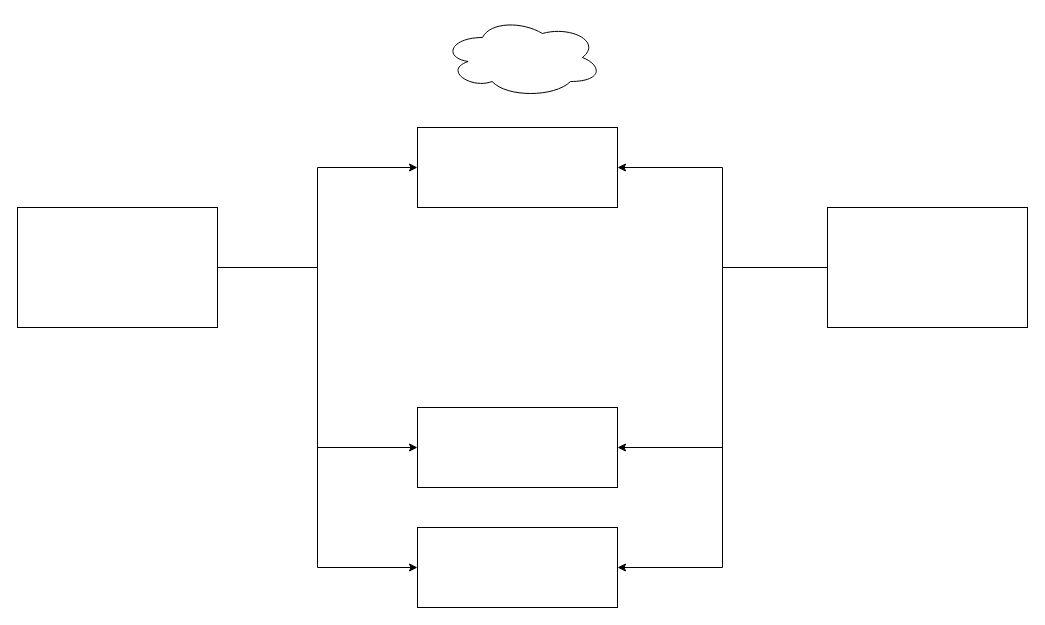
Above: 2New_server.drawio in yokikim/Report-resource-linux (draw.io), before the change. Source tidied: cells renumbered, new cells numbered last; positions are measured from the earlier drawing's top-left corner, leaving out a move shared by most shapes. Both pictures are drawn from the tidied source at 100%, with x=0, y=0 at pixel (17, 17).
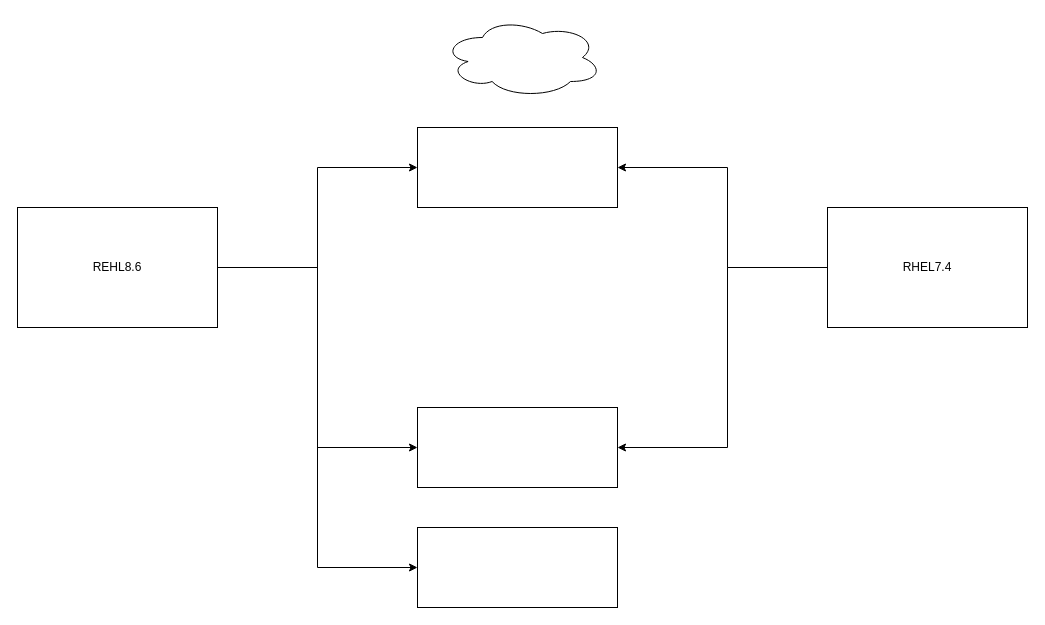
Above is the later version.

Change to the diagram source:
```diff
@@
 <mxGraphModel>
   <root>
     <mxCell id="0" />
     <mxCell id="1" parent="0" />
     <mxCell id="2" style="rounded=0;whiteSpace=wrap;html=1;" parent="1" vertex="1">
       <mxGeometry x="400" y="110" width="200" height="80" as="geometry" />
     </mxCell>
     <mxCell id="3" style="ellipse;shape=cloud;whiteSpace=wrap;html=1;" parent="1" vertex="1">
       <mxGeometry x="425" width="160" height="80" as="geometry" />
     </mxCell>
     <mxCell id="4" style="edgeStyle=orthogonalEdgeStyle;rounded=0;jettySize=auto;html=1;entryX=0;entryY=0.5;entryDx=0;entryDy=0;" parent="1" edge="1" source="7" target="2">
       <mxGeometry relative="1" as="geometry" />
     </mxCell>
     <mxCell id="5" style="edgeStyle=orthogonalEdgeStyle;rounded=0;jettySize=auto;html=1;entryX=0;entryY=0.5;entryDx=0;entryDy=0;" parent="1" edge="1" source="7" target="12">
       <mxGeometry relative="1" as="geometry" />
     </mxCell>
     <mxCell id="6" style="edgeStyle=orthogonalEdgeStyle;rounded=0;jettySize=auto;html=1;entryX=0;entryY=0.5;entryDx=0;entryDy=0;" parent="1" edge="1" source="7" target="13">
       <mxGeometry relative="1" as="geometry">
         <Array as="points">
           <mxPoint x="300" y="250" />
           <mxPoint x="300" y="550" />
         </Array>
       </mxGeometry>
     </mxCell>
-    <mxCell id="7" style="rounded=0;whiteSpace=wrap;html=1;" parent="1" vertex="1">
+    <mxCell id="7" value="REHL8.6" style="rounded=0;whiteSpace=wrap;html=1;" parent="1" vertex="1">
       <mxGeometry y="190" width="200" height="120" as="geometry" />
     </mxCell>
     <mxCell id="8" style="edgeStyle=orthogonalEdgeStyle;rounded=0;jettySize=auto;html=1;entryX=1;entryY=0.5;entryDx=0;entryDy=0;" parent="1" edge="1" source="11" target="2">
-      <mxGeometry relative="1" as="geometry" />
+      <mxGeometry relative="1" as="geometry">
+        <Array as="points">
+          <mxPoint x="710" y="250" />
+          <mxPoint x="710" y="150" />
+        </Array>
+      </mxGeometry>
     </mxCell>
     <mxCell id="9" style="edgeStyle=orthogonalEdgeStyle;rounded=0;jettySize=auto;html=1;entryX=1;entryY=0.5;entryDx=0;entryDy=0;" parent="1" edge="1" source="11" target="12">
-      <mxGeometry relative="1" as="geometry" />
+      <mxGeometry relative="1" as="geometry">
+        <Array as="points">
+          <mxPoint x="710" y="250" />
+          <mxPoint x="710" y="430" />
+        </Array>
+      </mxGeometry>
     </mxCell>
-    <mxCell id="10" style="edgeStyle=orthogonalEdgeStyle;rounded=0;jettySize=auto;html=1;entryX=1;entryY=0.5;entryDx=0;entryDy=0;" parent="1" edge="1" source="11" target="13">
-      <mxGeometry relative="1" as="geometry" />
-    </mxCell>
-    <mxCell id="11" style="rounded=0;whiteSpace=wrap;html=1;" parent="1" vertex="1">
+    <mxCell id="11" value="RHEL7.4" style="rounded=0;whiteSpace=wrap;html=1;" parent="1" vertex="1">
       <mxGeometry x="810" y="190" width="200" height="120" as="geometry" />
     </mxCell>
     <mxCell id="12" style="rounded=0;whiteSpace=wrap;html=1;" parent="1" vertex="1">
       <mxGeometry x="400" y="390" width="200" height="80" as="geometry" />
     </mxCell>
     <mxCell id="13" style="rounded=0;whiteSpace=wrap;html=1;" parent="1" vertex="1">
       <mxGeometry x="400" y="510" width="200" height="80" as="geometry" />
     </mxCell>
   </root>
 </mxGraphModel>
```
